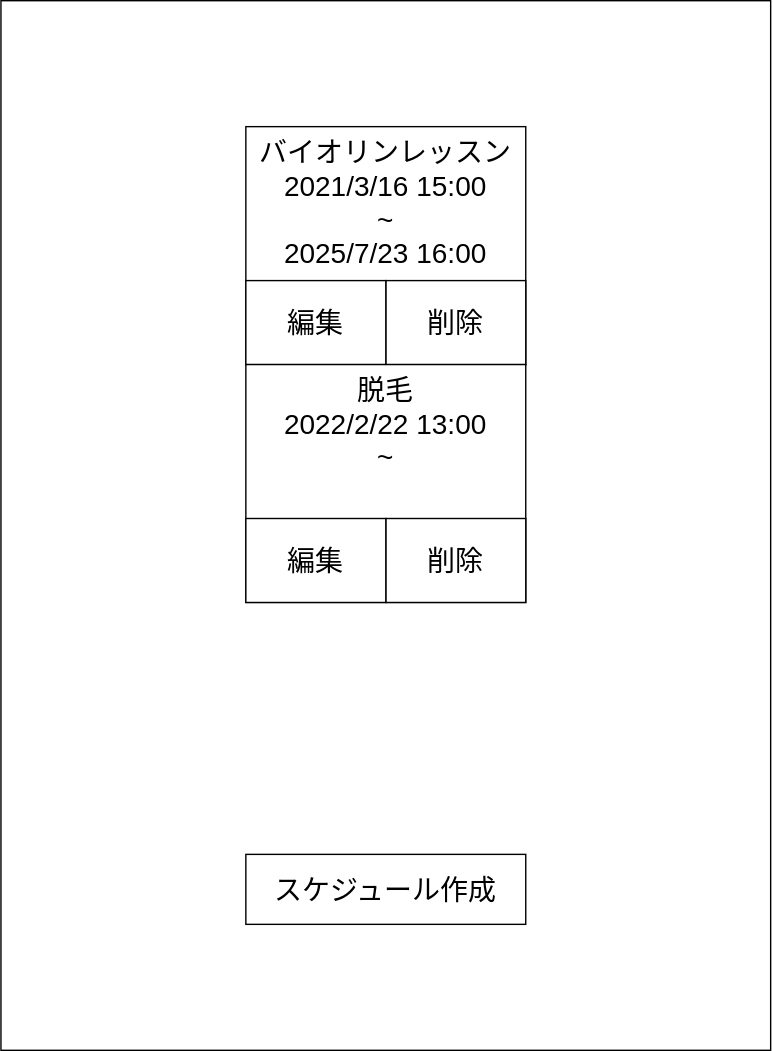
anti-paper/anti_paper_wf keeps this draw.io diagram as schedule_list.drawio.svg. Above is the earlier version. Source tidied: cells renumbered, new cells last; positions are measured from the earlier drawing's top-left corner, leaving out a move shared by most shapes.
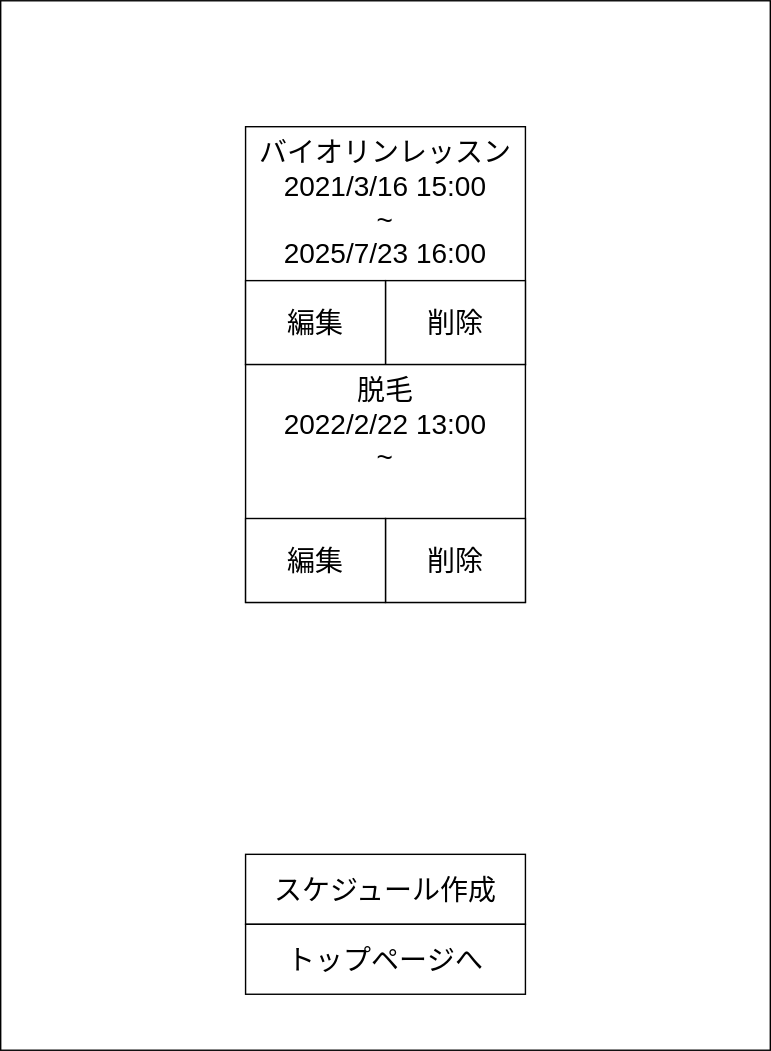
Later version of the same file.

Change to the diagram source:
```diff
@@ -26,5 +26,8 @@
     <mxCell id="9" value="スケジュール作成" style="rounded=0;whiteSpace=wrap;html=1;fontSize=20;" parent="1" vertex="1">
       <mxGeometry x="175" y="610" width="200" height="50" as="geometry" />
     </mxCell>
+    <mxCell id="10" value="トップページへ" style="rounded=0;whiteSpace=wrap;html=1;fontSize=20;" parent="1" vertex="1">
+      <mxGeometry x="175" y="660" width="200" height="50" as="geometry" />
+    </mxCell>
   </root>
 </mxGraphModel>
```
